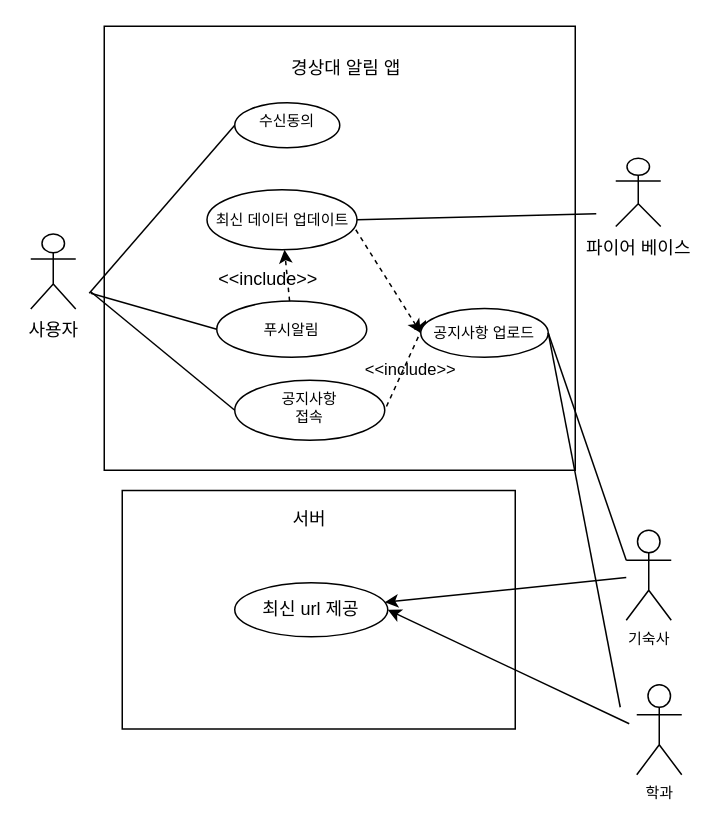
Earlier version of the draw.io diagram Untitled Diagram.drawio (seongjin17/test). Source tidied: cells renumbered, new cells numbered last; positions are measured from the earlier drawing's top-left corner, leaving out a move shared by most shapes. Both pictures are drawn from the tidied source at 150%, with x=0, y=0 at pixel (30, 26).
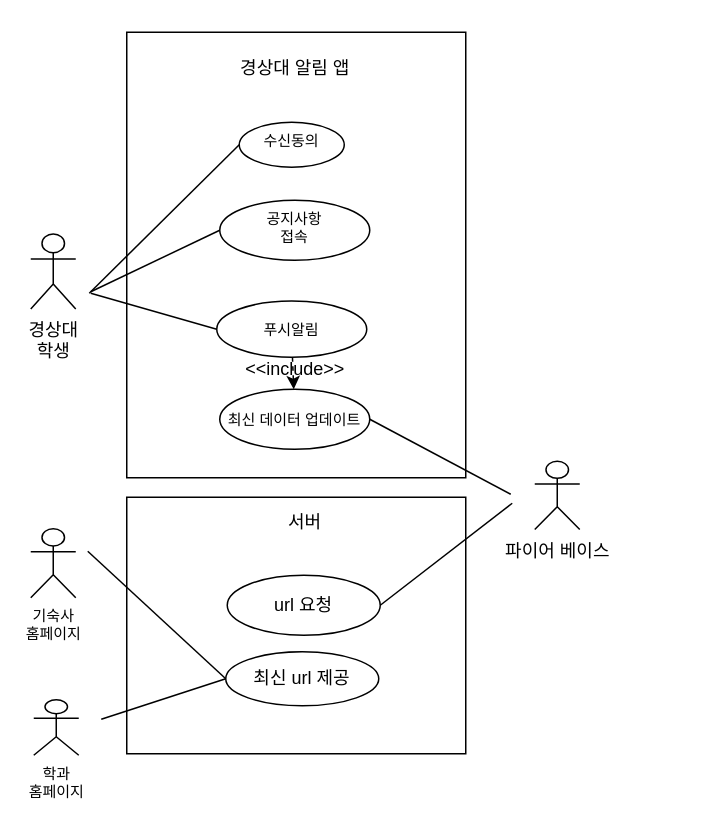
The same diagram, later.

The edit, as a diff of the source:
```diff
@@
-    <mxCell id="3" value="사용자" style="shape=umlActor;verticalLabelPosition=bottom;verticalAlign=top;html=1;" parent="1" vertex="1">
+    <mxCell id="3" value="경상대&lt;br&gt;학생&lt;br&gt;" style="shape=umlActor;verticalLabelPosition=bottom;verticalAlign=top;html=1;" parent="1" vertex="1">
       <mxGeometry y="138.5" width="30" height="50" as="geometry" />
     </mxCell>
@@
-    <mxCell id="5" style="edgeStyle=none;rounded=0;jettySize=auto;html=1;fontSize=10;endArrow=none;endFill=0;entryX=1;entryY=0.5;entryDx=0;entryDy=0;dashed=1;startArrow=classic;startFill=1;exitX=0.041;exitY=0.236;exitDx=0;exitDy=0;exitPerimeter=0;" parent="1" edge="1" source="16" target="6">
-      <mxGeometry relative="1" as="geometry" />
-    </mxCell>
     <mxCell id="6" value="공지사항&lt;br style=&quot;font-size: 10px;&quot;&gt;접속" style="ellipse;whiteSpace=wrap;html=1;verticalAlign=top;fontSize=10;" parent="1" vertex="1">
-      <mxGeometry x="136" y="236" width="100" height="40" as="geometry" />
+      <mxGeometry x="126" y="116" width="100" height="40" as="geometry" />
     </mxCell>
@@
-    <mxCell id="9" style="edgeStyle=none;rounded=1;sketch=0;jettySize=auto;html=1;dashed=1;endArrow=classic;endFill=1;strokeColor=default;entryX=0;entryY=0.5;entryDx=0;entryDy=0;exitX=0.992;exitY=0.667;exitDx=0;exitDy=0;startArrow=none;exitPerimeter=0;" parent="1" edge="1" source="10" target="16">
-      <mxGeometry relative="1" as="geometry" />
-    </mxCell>
     <mxCell id="10" value="최신 데이터 업데이트" style="ellipse;whiteSpace=wrap;html=1;rounded=0;sketch=0;fontSize=10;" parent="1" vertex="1">
-      <mxGeometry x="117.5" y="109" width="100" height="40" as="geometry" />
+      <mxGeometry x="126" y="242" width="100" height="40" as="geometry" />
     </mxCell>
     <mxCell id="11" value="파이어 베이스" style="shape=umlActor;verticalLabelPosition=bottom;verticalAlign=top;html=1;rounded=0;sketch=0;" parent="1" vertex="1">
-      <mxGeometry x="390" y="88" width="30" height="45.5" as="geometry" />
+      <mxGeometry x="336" y="290" width="30" height="45.5" as="geometry" />
     </mxCell>
     <mxCell id="12" style="endArrow=none;html=1;rounded=1;sketch=0;strokeColor=default;endFill=0;exitX=1;exitY=0.5;exitDx=0;exitDy=0;" parent="1" edge="1" source="10">
       <mxGeometry relative="1" as="geometry">
-        <mxPoint x="377" y="125" as="targetPoint" />
+        <mxPoint x="320" y="312" as="targetPoint" />
       </mxGeometry>
     </mxCell>
     <mxCell id="13" value="경상대 알림 앱" style="text;html=1;align=center;verticalAlign=middle;strokeColor=none;fillColor=none;" parent="1" vertex="1">
-      <mxGeometry x="165" y="18" width="90" height="20" as="geometry" />
+      <mxGeometry x="131" y="18" width="90" height="20" as="geometry" />
     </mxCell>
@@
     <mxCell id="15" value="수신동의" style="ellipse;whiteSpace=wrap;html=1;verticalAlign=top;fontSize=10;" parent="1" vertex="1">
-      <mxGeometry x="136" y="51" width="70" height="30" as="geometry" />
+      <mxGeometry x="139" y="64" width="70" height="30" as="geometry" />
     </mxCell>
-    <mxCell id="16" value="&lt;font style=&quot;font-size: 10px&quot;&gt;공지사항 업로드&lt;/font&gt;" style="ellipse;whiteSpace=wrap;html=1;rounded=0;sketch=0;" parent="1" vertex="1">
-      <mxGeometry x="260" y="188.2" width="85" height="32.5" as="geometry" />
-    </mxCell>
     <mxCell id="17" value="&amp;lt;&amp;lt;include&amp;gt;&amp;gt;" style="text;html=1;align=center;verticalAlign=middle;strokeColor=none;fillColor=none;" parent="1" vertex="1">
-      <mxGeometry x="117.5" y="159" width="80" height="20" as="geometry" />
+      <mxGeometry x="136" y="219" width="80" height="20" as="geometry" />
     </mxCell>
-    <mxCell id="18" style="rounded=0;jettySize=auto;html=1;" parent="1" edge="1" source="19" target="25">
-      <mxGeometry relative="1" as="geometry" />
+    <mxCell id="18" style="rounded=0;jettySize=auto;html=1;endArrow=none;endFill=0;entryX=0;entryY=0.5;entryDx=0;entryDy=0;" parent="1" edge="1" target="25">
+      <mxGeometry relative="1" as="geometry">
+        <mxPoint x="38" y="350" as="sourcePoint" />
+      </mxGeometry>
     </mxCell>
-    <mxCell id="19" value="기숙사" style="shape=umlActor;verticalLabelPosition=bottom;verticalAlign=top;html=1;outlineConnect=0;fontSize=10;fillColor=none;" parent="1" vertex="1">
-      <mxGeometry x="397" y="336" width="30" height="60" as="geometry" />
+    <mxCell id="19" value="기숙사&lt;br&gt;홈페이지" style="shape=umlActor;verticalLabelPosition=bottom;verticalAlign=top;html=1;outlineConnect=0;fontSize=10;fillColor=none;" parent="1" vertex="1">
+      <mxGeometry y="335" width="30" height="46" as="geometry" />
     </mxCell>
-    <mxCell id="20" value="학과" style="shape=umlActor;verticalLabelPosition=bottom;verticalAlign=top;html=1;fontSize=10;fillColor=none;" parent="1" vertex="1">
-      <mxGeometry x="404" y="439" width="30" height="60" as="geometry" />
+    <mxCell id="20" value="학과&lt;br&gt;홈페이지" style="shape=umlActor;verticalLabelPosition=bottom;verticalAlign=top;html=1;fontSize=10;fillColor=none;" parent="1" vertex="1">
+      <mxGeometry x="2" y="449" width="30" height="37" as="geometry" />
     </mxCell>
-    <mxCell id="21" style="endArrow=none;html=1;rounded=0;fontSize=10;exitX=1;exitY=0.5;exitDx=0;exitDy=0;entryX=0;entryY=0.3333333333333333;entryDx=0;entryDy=0;entryPerimeter=0;" parent="1" edge="1" source="16" target="19">
-      <mxGeometry relative="1" as="geometry" />
-    </mxCell>
-    <mxCell id="22" style="endArrow=none;html=1;rounded=0;fontSize=10;entryX=1;entryY=0.5;entryDx=0;entryDy=0;" parent="1" edge="1" target="16">
-      <mxGeometry relative="1" as="geometry">
-        <mxPoint x="393" y="454" as="sourcePoint" />
-      </mxGeometry>
-    </mxCell>
-    <mxCell id="23" value="&lt;font style=&quot;font-size: 11px&quot;&gt;&amp;lt;&amp;lt;include&amp;gt;&amp;gt;&lt;/font&gt;" style="text;html=1;align=center;verticalAlign=middle;strokeColor=none;fillColor=none;fontSize=10;" parent="1" vertex="1">
-      <mxGeometry x="217.5" y="220.8" width="71" height="17" as="geometry" />
-    </mxCell>
     <mxCell id="24" value="서버" style="rounded=0;whiteSpace=wrap;html=1;fillColor=none;strokeColor=none;" parent="1" vertex="1">
-      <mxGeometry x="126" y="299" width="120" height="60" as="geometry" />
+      <mxGeometry x="123" y="301" width="120" height="60" as="geometry" />
     </mxCell>
     <mxCell id="25" value="&lt;font style=&quot;font-size: 12px&quot;&gt;최신 url 제공&lt;/font&gt;" style="ellipse;whiteSpace=wrap;html=1;fontSize=10;verticalAlign=middle;fillColor=none;" parent="1" vertex="1">
-      <mxGeometry x="136" y="371" width="102" height="36" as="geometry" />
+      <mxGeometry x="130" y="417" width="102" height="36" as="geometry" />
     </mxCell>
-    <mxCell id="26" style="endArrow=classic;html=1;rounded=0;entryX=1;entryY=0.5;entryDx=0;entryDy=0;" parent="1" edge="1" target="25">
+    <mxCell id="26" style="endArrow=none;html=1;rounded=0;entryX=0;entryY=0.5;entryDx=0;entryDy=0;endFill=0;" parent="1" edge="1" target="25">
       <mxGeometry relative="1" as="geometry">
-        <mxPoint x="399" y="465" as="sourcePoint" />
+        <mxPoint x="47" y="462" as="sourcePoint" />
       </mxGeometry>
     </mxCell>
-    <mxCell id="27" style="rounded=0;whiteSpace=wrap;html=1;fontSize=12;fillColor=none;verticalAlign=middle;" parent="1" vertex="1">
-      <mxGeometry x="49" width="314" height="296" as="geometry" />
-    </mxCell>
-    <mxCell id="28" style="rounded=0;whiteSpace=wrap;html=1;fontSize=12;fillColor=none;verticalAlign=middle;" parent="1" vertex="1">
-      <mxGeometry x="61" y="309.5" width="262" height="159" as="geometry" />
-    </mxCell>
+    <mxCell id="29" value="url 요청" style="ellipse;whiteSpace=wrap;html=1;" parent="1" vertex="1">
+      <mxGeometry x="131" y="366" width="102" height="40" as="geometry" />
+    </mxCell>
+    <mxCell id="30" style="endArrow=none;html=1;rounded=0;exitX=1;exitY=0.5;exitDx=0;exitDy=0;" parent="1" edge="1" source="29">
+      <mxGeometry relative="1" as="geometry">
+        <mxPoint x="321" y="318" as="targetPoint" />
+      </mxGeometry>
+    </mxCell>
+    <mxCell id="31" style="rounded=0;whiteSpace=wrap;html=1;fillColor=none;" parent="1" vertex="1">
+      <mxGeometry x="64" y="314" width="226" height="171" as="geometry" />
+    </mxCell>
+    <mxCell id="32" style="rounded=0;whiteSpace=wrap;html=1;fillColor=none;" parent="1" vertex="1">
+      <mxGeometry x="64" y="4" width="226" height="297" as="geometry" />
+    </mxCell>
```
